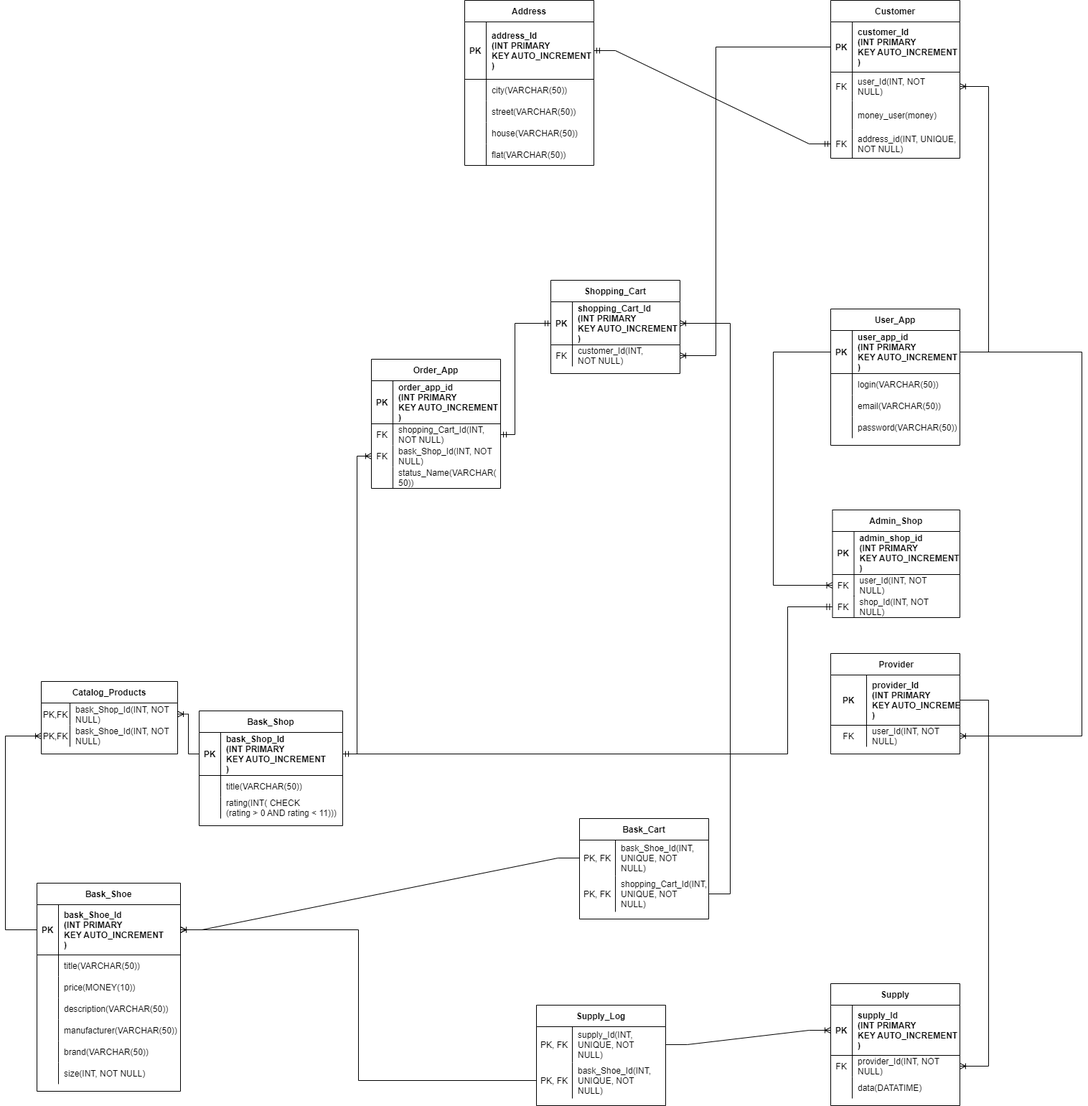
vvkhil/Practice keeps this draw.io diagram as firstTask/bd.drawio.png. Above is the earlier version. Source tidied: cells renumbered, new cells last; positions are measured from the earlier drawing's top-left corner, leaving out a move shared by most shapes.
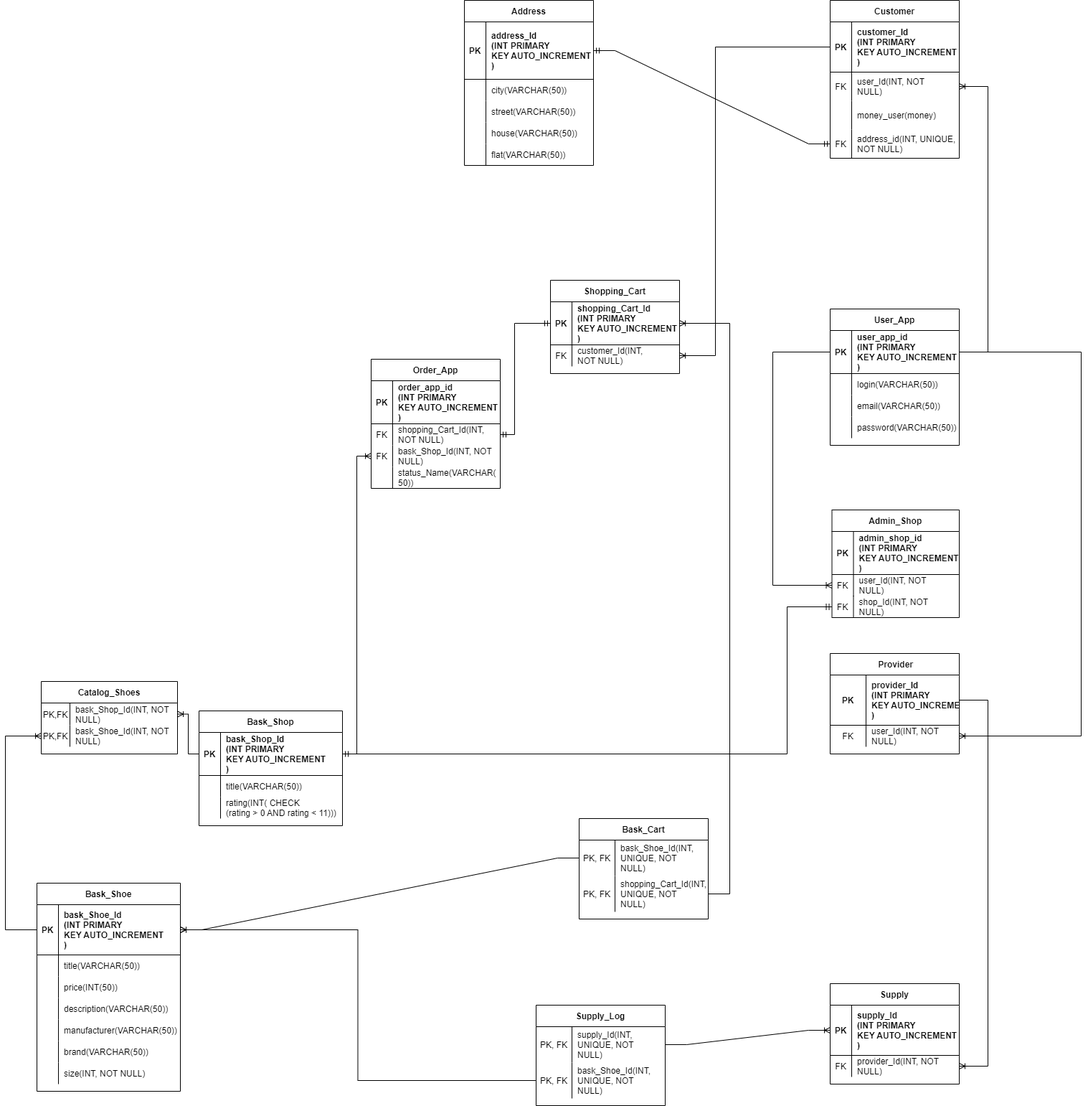
Later version of the same file.

Change to the diagram source:
```diff
@@ -188,7 +188,7 @@
     <mxCell id="63" value="shop_Id(INT, NOT&#10;NULL)" style="shape=partialRectangle;fillColor=none;top=0;left=0;bottom=0;right=0;align=left;spacingLeft=6;overflow=hidden;" parent="61" vertex="1">
       <mxGeometry x="30" width="147.5" height="30" as="geometry" />
     </mxCell>
-    <mxCell id="64" value="Catalog_Products" style="shape=table;startSize=30;rowLines=0;fontStyle=1;align=center;" parent="1" vertex="1">
+    <mxCell id="64" value="Catalog_Shoes" style="shape=table;startSize=30;rowLines=0;fontStyle=1;align=center;" parent="1" vertex="1">
       <mxGeometry x="50" y="949" width="190" height="101" as="geometry" />
     </mxCell>
     <mxCell id="65" style="shape=tableRow;horizontal=0;startSize=0;swimlaneHead=0;swimlaneBody=0;fillColor=none;points=[[0,0.5],[1,0.5]];portConstraint=eastwest;top=0;left=0;right=0;bottom=0;" parent="64" vertex="1">
@@ -236,7 +236,7 @@
     <mxCell id="79" style="shape=partialRectangle;fillColor=none;top=0;left=0;bottom=0;right=0;overflow=hidden;" parent="78" vertex="1">
       <mxGeometry width="30" height="30" as="geometry" />
     </mxCell>
-    <mxCell id="80" value="price(MONEY(10))" style="shape=partialRectangle;fillColor=none;top=0;left=0;bottom=0;right=0;align=left;spacingLeft=6;overflow=hidden;" parent="78" vertex="1">
+    <mxCell id="80" value="price(INT(50))" style="shape=partialRectangle;fillColor=none;top=0;left=0;bottom=0;right=0;align=left;spacingLeft=6;overflow=hidden;" parent="78" vertex="1">
       <mxGeometry x="30" width="170" height="30" as="geometry" />
     </mxCell>
     <mxCell id="81" style="shape=tableRow;horizontal=0;startSize=0;swimlaneHead=0;swimlaneBody=0;fillColor=none;top=0;left=0;right=0;bottom=0;" parent="71" vertex="1">
@@ -420,7 +420,7 @@
       </mxGeometry>
     </mxCell>
     <mxCell id="128" value="Supply" style="shape=table;startSize=30;rowLines=0;fontStyle=1;align=center;" parent="1" vertex="1">
-      <mxGeometry x="1150" y="1370" width="180" height="170" as="geometry" />
+      <mxGeometry x="1150" y="1370" width="180" height="140" as="geometry" />
     </mxCell>
     <mxCell id="129" style="shape=tableRow;horizontal=0;startSize=0;swimlaneHead=0;swimlaneBody=0;fillColor=none;points=[[0,0.5],[1,0.5]];portConstraint=eastwest;top=0;left=0;right=0;bottom=1;" parent="128" vertex="1">
       <mxGeometry y="30" width="180" height="70" as="geometry" />
@@ -440,15 +440,6 @@
     <mxCell id="134" value="provider_Id(INT, NOT&#10;NULL)" style="shape=partialRectangle;fillColor=none;top=0;left=0;bottom=0;right=0;align=left;spacingLeft=6;overflow=hidden;" parent="132" vertex="1">
       <mxGeometry x="30" width="150" height="30" as="geometry" />
     </mxCell>
-    <mxCell id="135" style="shape=tableRow;horizontal=0;startSize=0;swimlaneHead=0;swimlaneBody=0;fillColor=none;top=0;left=0;right=0;bottom=0;" parent="128" vertex="1">
-      <mxGeometry y="130" width="180" height="30" as="geometry" />
-    </mxCell>
-    <mxCell id="136" style="shape=partialRectangle;fillColor=none;top=0;left=0;bottom=0;right=0;overflow=hidden;" parent="135" vertex="1">
-      <mxGeometry width="30" height="30" as="geometry" />
-    </mxCell>
-    <mxCell id="137" value="data(DATATIME)" style="shape=partialRectangle;fillColor=none;top=0;left=0;bottom=0;right=0;align=left;spacingLeft=6;overflow=hidden;" parent="135" vertex="1">
-      <mxGeometry x="30" width="150" height="30" as="geometry" />
-    </mxCell>
     <mxCell id="138" value="Supply_Log" style="shape=table;startSize=30;rowLines=0;fontStyle=1;align=center;" parent="1" vertex="1">
       <mxGeometry x="740" y="1400" width="180" height="140" as="geometry" />
     </mxCell>
```
